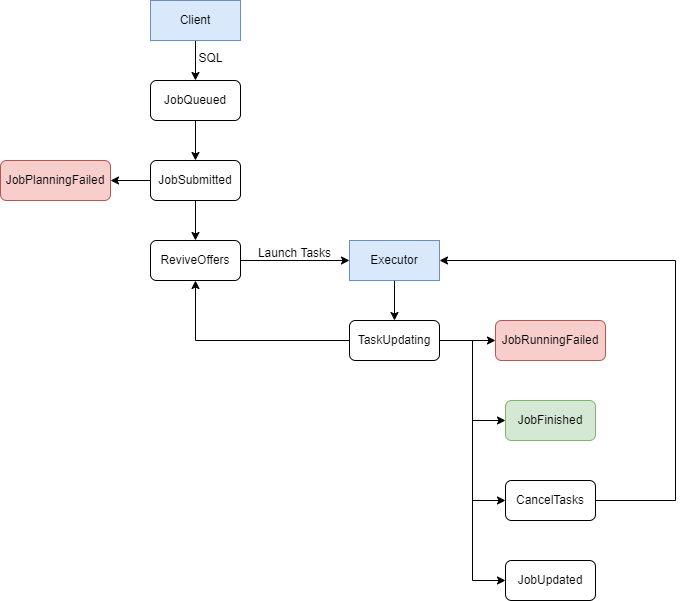
Before: content/blog/2024-04-23-ballista-mvp-part3/ballista-mvp-eventloop.drawio.png, a diagram exported from draw.io (systemxlabs/systemxlabs.github.io). Source tidied: cells renumbered, new cells last; positions are measured from the earlier drawing's top-left corner, leaving out a move shared by most shapes.
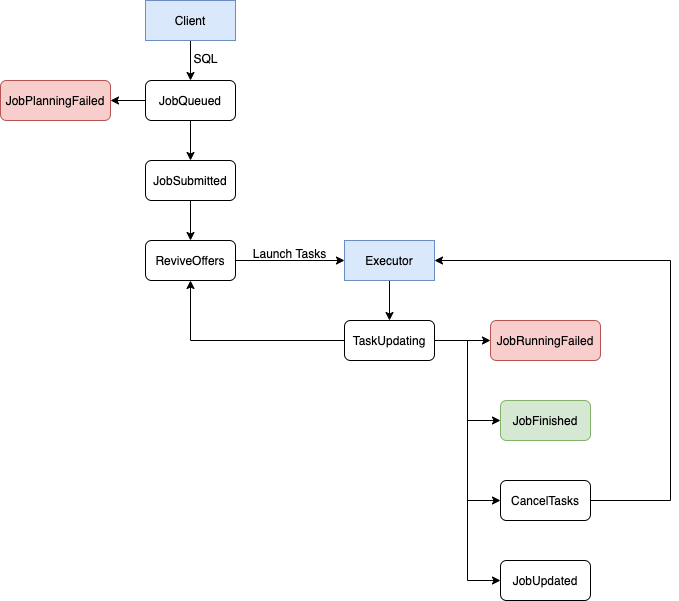
Later version of the same file.

Commit message:
Update ballista-mvp eventloop image

The edit, as a diff of the source:
```diff
@@ -17,7 +17,7 @@
     <mxCell id="6" style="edgeStyle=orthogonalEdgeStyle;rounded=0;jettySize=auto;html=1;" parent="1" edge="1" source="8" target="10">
       <mxGeometry relative="1" as="geometry" />
     </mxCell>
-    <mxCell id="7" style="edgeStyle=orthogonalEdgeStyle;rounded=0;jettySize=auto;html=1;" parent="1" edge="1" source="8" target="12">
+    <mxCell id="7" style="edgeStyle=orthogonalEdgeStyle;rounded=0;jettySize=auto;html=1;exitX=0;exitY=0.5;exitDx=0;exitDy=0;" parent="1" edge="1" source="5" target="12">
       <mxGeometry relative="1" as="geometry" />
     </mxCell>
     <mxCell id="8" value="JobSubmitted" style="rounded=1;whiteSpace=wrap;html=1;" parent="1" vertex="1">
@@ -33,7 +33,7 @@
       <mxGeometry x="185" y="43" width="50" height="30" as="geometry" />
     </mxCell>
     <mxCell id="12" value="JobPlanningFailed" style="rounded=1;whiteSpace=wrap;html=1;fillColor=#f8cecc;strokeColor=#b85450;" parent="1" vertex="1">
-      <mxGeometry y="160" width="110" height="40" as="geometry" />
+      <mxGeometry x="5" y="80" width="110" height="40" as="geometry" />
     </mxCell>
     <mxCell id="13" style="edgeStyle=orthogonalEdgeStyle;rounded=0;jettySize=auto;html=1;" parent="1" edge="1" source="14" target="21">
       <mxGeometry relative="1" as="geometry" />
```
